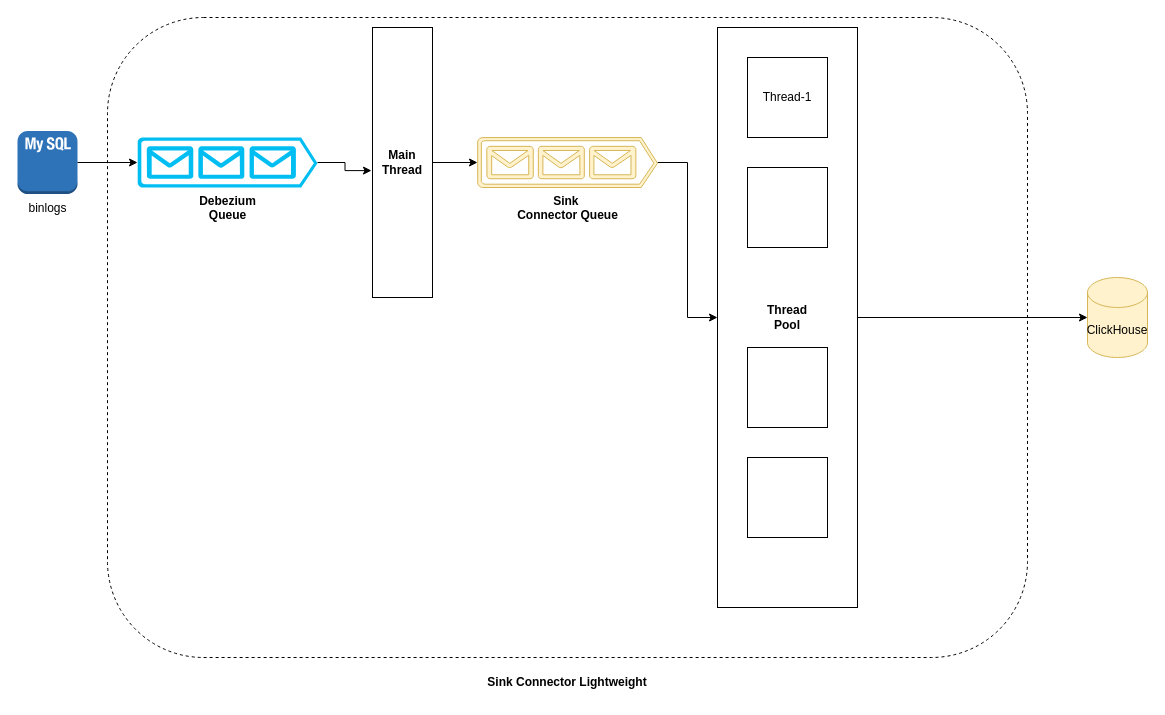
Before: doc/img/production_setup.drawio in Altinity/clickhouse-sink-connector, a draw.io diagram. Source tidied: cells renumbered, new cells numbered last; positions are measured from the earlier drawing's top-left corner, leaving out a move shared by most shapes. Both pictures are drawn from the tidied source at 100%, with x=0, y=0 at pixel (17, 17).
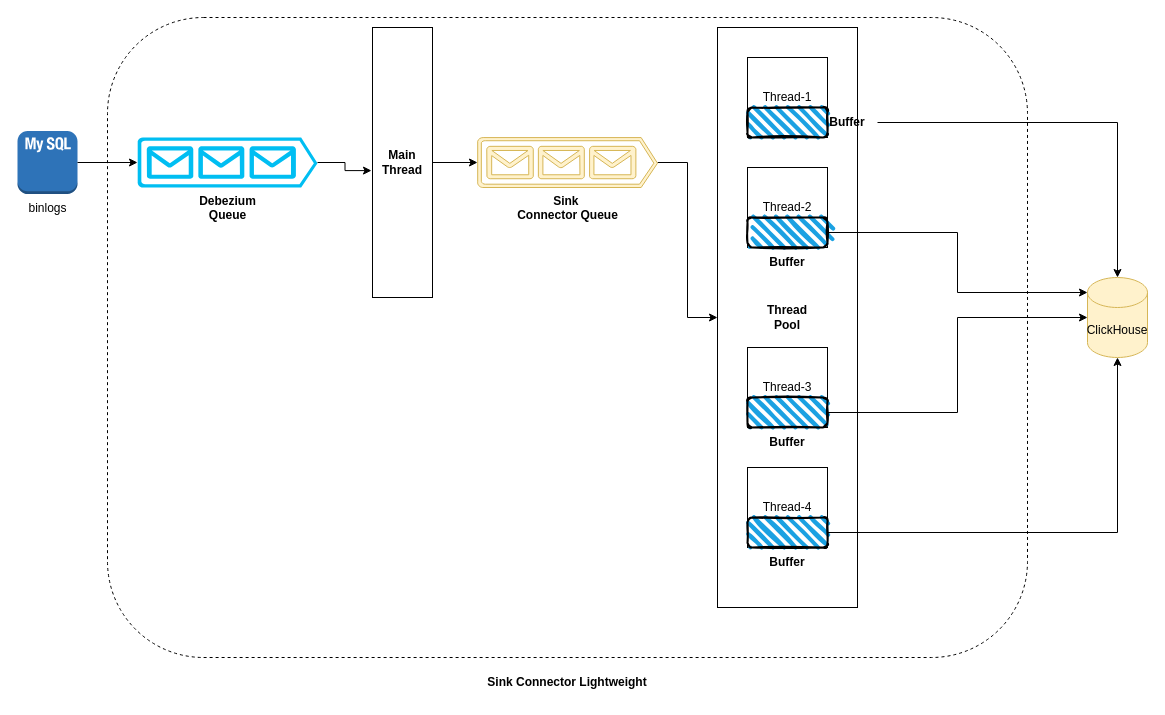
Above is the later version.

Commit message (it also covers changes not shown here):
Updated production setup image

Unchanged cells that the change refers to:
```xml
<mxCell id="8" value="ClickHouse" style="shape=cylinder3;whiteSpace=wrap;html=1;boundedLbl=1;backgroundOutline=1;size=15;fillColor=#fff2cc;strokeColor=#d6b656;" parent="1" vertex="1">
  <mxGeometry x="1070" y="260" width="60" height="80" as="geometry" />
</mxCell>
<mxCell id="13" value="&lt;b&gt;Thread&lt;/b&gt;&lt;div&gt;&lt;b&gt;Pool&lt;/b&gt;&lt;/div&gt;" style="whiteSpace=wrap;html=1;" parent="1" vertex="1">
  <mxGeometry x="700" y="10" width="140" height="580" as="geometry" />
</mxCell>
```

The edit, as a diff of the source:
```diff
@@
-    <mxCell id="12" style="edgeStyle=orthogonalEdgeStyle;rounded=0;jettySize=auto;html=1;" parent="1" edge="1" source="13" target="8">
-      <mxGeometry relative="1" as="geometry" />
-    </mxCell>
@@
-    <mxCell id="15" style="whiteSpace=wrap;html=1;" parent="1" vertex="1">
+    <mxCell id="15" value="Thread-2" style="whiteSpace=wrap;html=1;" parent="1" vertex="1">
       <mxGeometry x="730" y="150" width="80" height="80" as="geometry" />
     </mxCell>
-    <mxCell id="16" style="whiteSpace=wrap;html=1;" parent="1" vertex="1">
+    <mxCell id="16" value="Thread-3" style="whiteSpace=wrap;html=1;" parent="1" vertex="1">
       <mxGeometry x="730" y="330" width="80" height="80" as="geometry" />
     </mxCell>
-    <mxCell id="17" style="whiteSpace=wrap;html=1;" parent="1" vertex="1">
-      <mxGeometry x="730" y="440" width="80" height="80" as="geometry" />
+    <mxCell id="17" value="Thread-4" style="whiteSpace=wrap;html=1;" parent="1" vertex="1">
+      <mxGeometry x="730" y="450" width="80" height="80" as="geometry" />
     </mxCell>
@@
+    <mxCell id="19" style="rounded=1;whiteSpace=wrap;html=1;strokeWidth=2;fillWeight=4;hachureGap=8;hachureAngle=45;fillColor=#1ba1e2;sketch=1;" parent="1" vertex="1">
+      <mxGeometry x="730" y="90" width="80" height="30" as="geometry" />
+    </mxCell>
+    <mxCell id="20" style="edgeStyle=orthogonalEdgeStyle;rounded=0;jettySize=auto;html=1;" parent="1" edge="1" source="21" target="8">
+      <mxGeometry relative="1" as="geometry" />
+    </mxCell>
+    <mxCell id="21" value="&lt;b&gt;Buffer&lt;/b&gt;" style="text;html=1;align=center;verticalAlign=middle;whiteSpace=wrap;rounded=0;" parent="1" vertex="1">
+      <mxGeometry x="800" y="90" width="60" height="30" as="geometry" />
+    </mxCell>
+    <mxCell id="22" style="rounded=1;whiteSpace=wrap;html=1;strokeWidth=2;fillWeight=4;hachureGap=8;hachureAngle=45;fillColor=#1ba1e2;sketch=1;" parent="1" vertex="1">
+      <mxGeometry x="730" y="200" width="80" height="30" as="geometry" />
+    </mxCell>
+    <mxCell id="23" style="rounded=1;whiteSpace=wrap;html=1;strokeWidth=2;fillWeight=4;hachureGap=8;hachureAngle=45;fillColor=#1ba1e2;sketch=1;" parent="1" vertex="1">
+      <mxGeometry x="730" y="380" width="80" height="30" as="geometry" />
+    </mxCell>
+    <mxCell id="24" style="rounded=1;whiteSpace=wrap;html=1;strokeWidth=2;fillWeight=4;hachureGap=8;hachureAngle=45;fillColor=#1ba1e2;sketch=1;" parent="1" vertex="1">
+      <mxGeometry x="730" y="500" width="80" height="30" as="geometry" />
+    </mxCell>
+    <mxCell id="25" value="&lt;b&gt;Buffer&lt;/b&gt;" style="text;html=1;align=center;verticalAlign=middle;whiteSpace=wrap;rounded=0;" parent="1" vertex="1">
+      <mxGeometry x="740" y="230" width="60" height="30" as="geometry" />
+    </mxCell>
+    <mxCell id="26" value="&lt;b&gt;Buffer&lt;/b&gt;" style="text;html=1;align=center;verticalAlign=middle;whiteSpace=wrap;rounded=0;" parent="1" vertex="1">
+      <mxGeometry x="740" y="410" width="60" height="30" as="geometry" />
+    </mxCell>
+    <mxCell id="27" value="&lt;b&gt;Buffer&lt;/b&gt;" style="text;html=1;align=center;verticalAlign=middle;whiteSpace=wrap;rounded=0;" parent="1" vertex="1">
+      <mxGeometry x="740" y="530" width="60" height="30" as="geometry" />
+    </mxCell>
+    <mxCell id="28" style="edgeStyle=orthogonalEdgeStyle;rounded=0;jettySize=auto;html=1;entryX=0;entryY=0;entryDx=0;entryDy=15;entryPerimeter=0;" parent="1" edge="1" source="22" target="8">
+      <mxGeometry relative="1" as="geometry" />
+    </mxCell>
+    <mxCell id="29" style="edgeStyle=orthogonalEdgeStyle;rounded=0;jettySize=auto;html=1;entryX=0;entryY=0.5;entryDx=0;entryDy=0;entryPerimeter=0;" parent="1" edge="1" source="23" target="8">
+      <mxGeometry relative="1" as="geometry" />
+    </mxCell>
+    <mxCell id="30" style="edgeStyle=orthogonalEdgeStyle;rounded=0;jettySize=auto;html=1;entryX=0.5;entryY=1;entryDx=0;entryDy=0;entryPerimeter=0;" parent="1" edge="1" source="24" target="8">
+      <mxGeometry relative="1" as="geometry" />
+    </mxCell>
```
